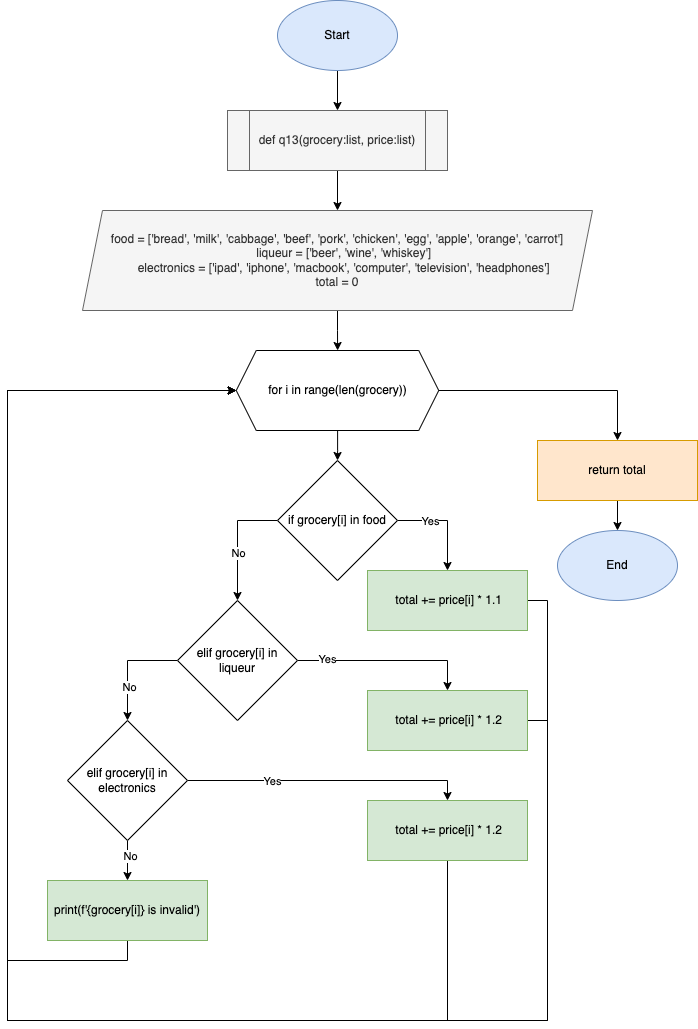
This is 100_quizzes/q13_flowchart.drawio.png from MichaelT2828/Unit_2, a draw.io export, as it was before one commit. Source tidied: cells renumbered, new cells last; positions are measured from the earlier drawing's top-left corner, leaving out a move shared by most shapes.
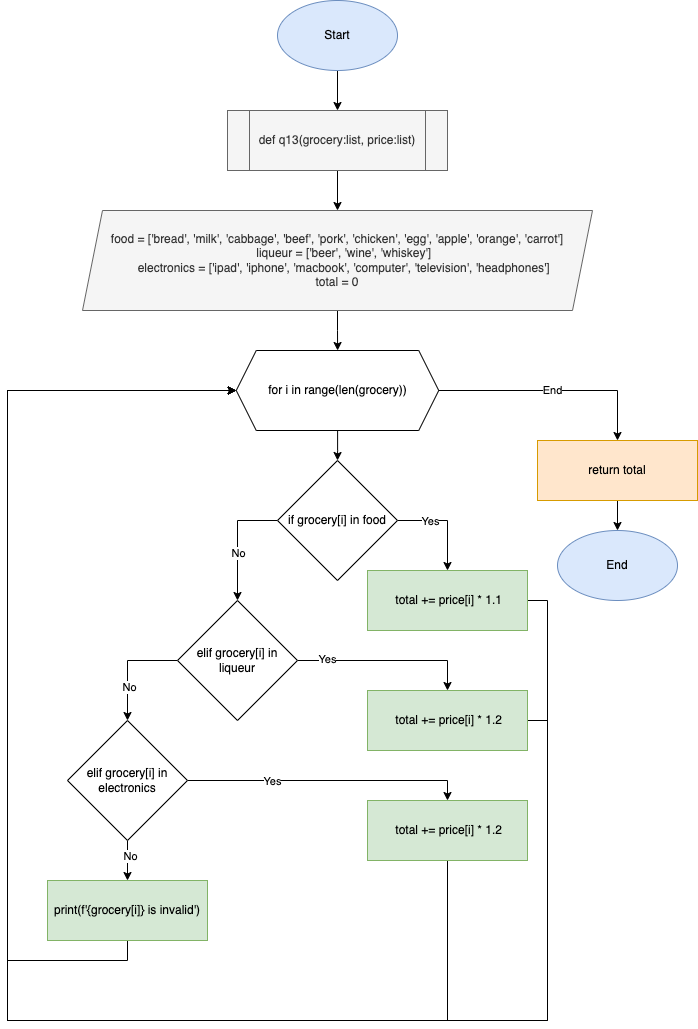
Later version of the same file.

Diff of the diagram source:
```diff
@@ -23,7 +23,7 @@
     <mxCell id="8" style="edgeStyle=orthogonalEdgeStyle;rounded=0;jettySize=auto;html=1;" parent="1" edge="1" source="10" target="15">
       <mxGeometry relative="1" as="geometry" />
     </mxCell>
-    <mxCell id="9" style="edgeStyle=orthogonalEdgeStyle;rounded=0;jettySize=auto;html=1;" parent="1" edge="1" source="10" target="35">
+    <mxCell id="9" value="End" style="edgeStyle=orthogonalEdgeStyle;rounded=0;jettySize=auto;html=1;" parent="1" edge="1" source="10" target="35">
       <mxGeometry relative="1" as="geometry" />
     </mxCell>
     <mxCell id="10" value="for i in range(len(grocery))" style="shape=hexagon;perimeter=hexagonPerimeter2;whiteSpace=wrap;html=1;fixedSize=1;" parent="1" vertex="1">
```
